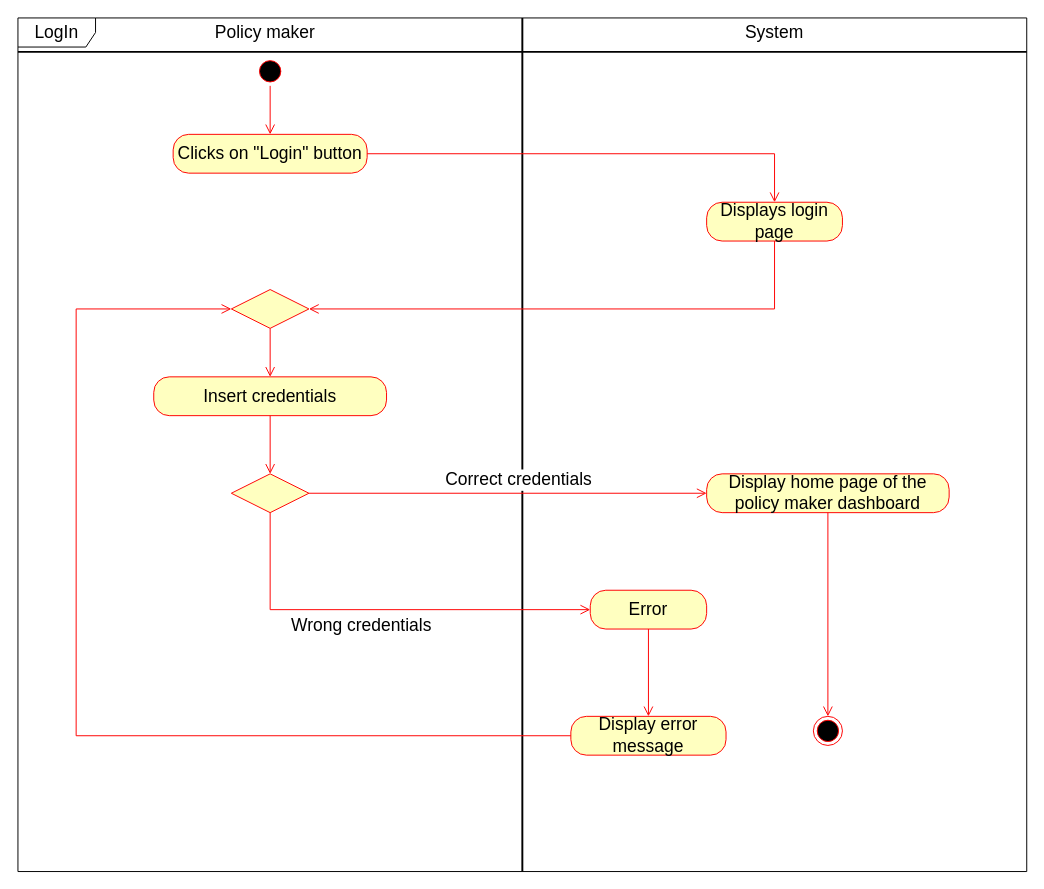
matteovisotto/SE2-CecchettoSirianiVisotto keeps this draw.io diagram as page "LogIn" (2 of 7) of Use cases diagram/PolicyMaker.drawio. Above is the earlier version. Source tidied: cells renumbered, new cells numbered last; positions are measured from the earlier drawing's top-left corner, leaving out a move shared by most shapes. Both pictures are drawn from the tidied source at 97%, with x=0, y=0 at pixel (17, 17).
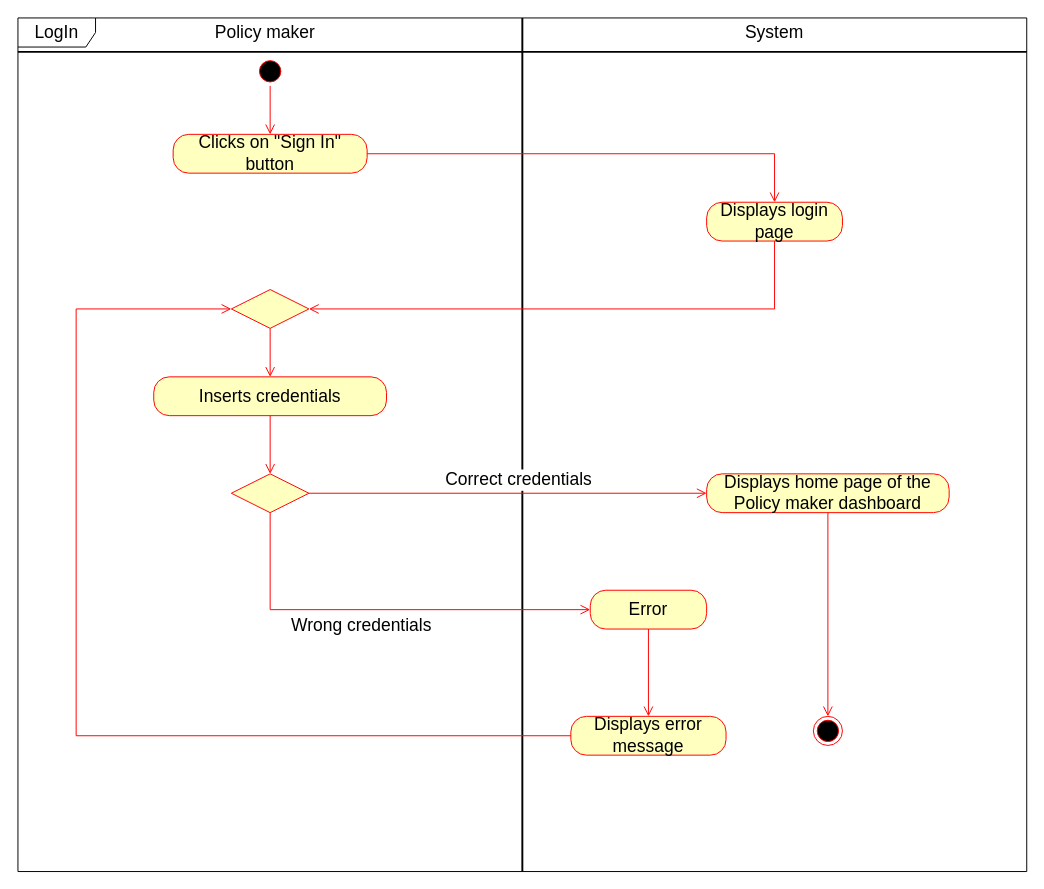
After the change.

Change to the diagram source:
```diff
@@
-    <mxCell id="8" value="&lt;font style=&quot;font-size: 18px&quot;&gt;Insert credentials&lt;/font&gt;" style="rounded=1;whiteSpace=wrap;html=1;arcSize=40;fontColor=#000000;fillColor=#ffffc0;strokeColor=#ff0000;" parent="1" vertex="1">
+    <mxCell id="8" value="&lt;font style=&quot;font-size: 18px&quot;&gt;Inserts credentials&lt;/font&gt;" style="rounded=1;whiteSpace=wrap;html=1;arcSize=40;fontColor=#000000;fillColor=#ffffc0;strokeColor=#ff0000;" parent="1" vertex="1">
       <mxGeometry x="140" y="370" width="240" height="40" as="geometry" />
     </mxCell>
@@
-    <mxCell id="13" value="&lt;font style=&quot;font-size: 18px&quot;&gt;Display home page of the policy maker dashboard&lt;/font&gt;" style="rounded=1;whiteSpace=wrap;html=1;arcSize=40;fontColor=#000000;fillColor=#ffffc0;strokeColor=#ff0000;" parent="1" vertex="1">
+    <mxCell id="13" value="&lt;font style=&quot;font-size: 18px&quot;&gt;Displays home page of the Policy maker dashboard&lt;/font&gt;" style="rounded=1;whiteSpace=wrap;html=1;arcSize=40;fontColor=#000000;fillColor=#ffffc0;strokeColor=#ff0000;" parent="1" vertex="1">
       <mxGeometry x="710" y="470" width="250" height="40" as="geometry" />
     </mxCell>
@@
-    <mxCell id="19" value="&lt;font style=&quot;font-size: 18px&quot;&gt;Display error message&lt;/font&gt;" style="rounded=1;whiteSpace=wrap;html=1;arcSize=40;fontColor=#000000;fillColor=#ffffc0;strokeColor=#ff0000;" parent="1" vertex="1">
+    <mxCell id="19" value="&lt;font style=&quot;font-size: 18px&quot;&gt;Displays error message&lt;/font&gt;" style="rounded=1;whiteSpace=wrap;html=1;arcSize=40;fontColor=#000000;fillColor=#ffffc0;strokeColor=#ff0000;" parent="1" vertex="1">
       <mxGeometry x="570" y="720" width="160" height="40" as="geometry" />
     </mxCell>
@@
-    <mxCell id="23" value="&lt;font style=&quot;font-size: 18px&quot;&gt;Clicks on &quot;Login&quot; button&lt;/font&gt;" style="rounded=1;whiteSpace=wrap;html=1;arcSize=40;fontColor=#000000;fillColor=#ffffc0;strokeColor=#ff0000;" parent="1" vertex="1">
+    <mxCell id="23" value="&lt;font style=&quot;font-size: 18px&quot;&gt;Clicks on &quot;Sign In&quot; button&lt;/font&gt;" style="rounded=1;whiteSpace=wrap;html=1;arcSize=40;fontColor=#000000;fillColor=#ffffc0;strokeColor=#ff0000;" parent="1" vertex="1">
       <mxGeometry x="160" y="120" width="200" height="40" as="geometry" />
     </mxCell>
```
